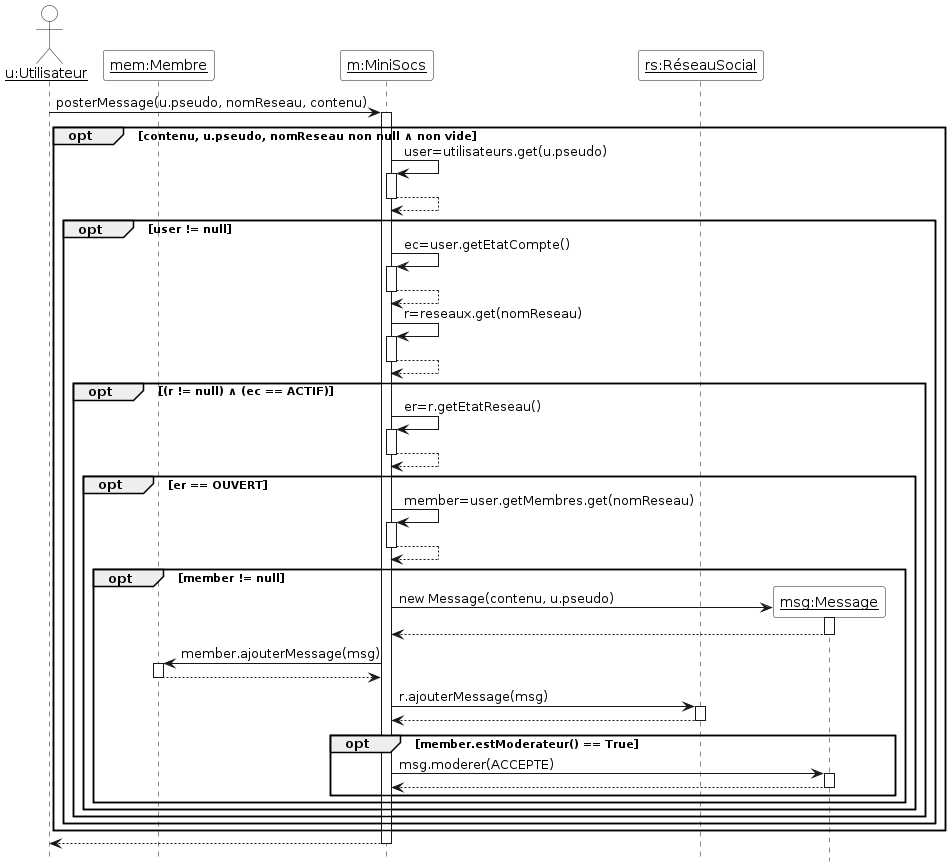
Above: Diagrammes/minisocs_uml_diag_seq_poster_message.png in ThELud0/Minisocs (PlantUML), before the change.
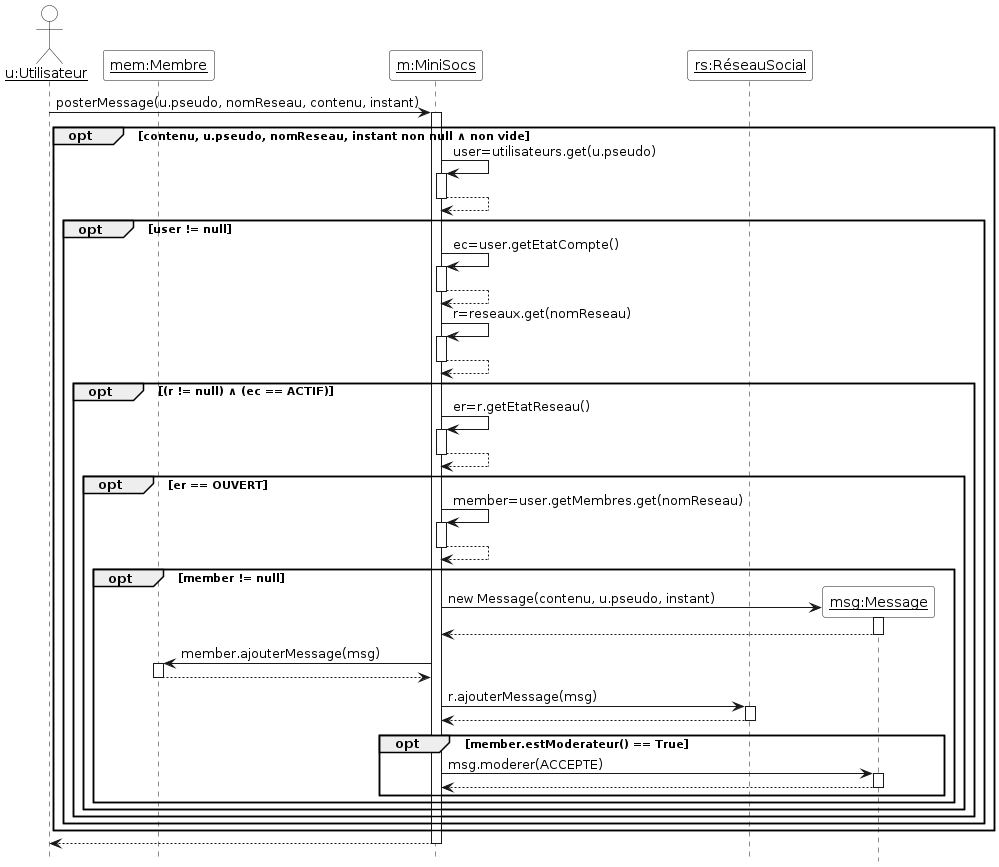
The same diagram one commit later.

Commit message:
minor bug et diagrammde de sequence poster message

What changed in the source:
```diff
@@ -12,8 +12,8 @@
 participant "__rs:RéseauSocial__" as rs
 
 
-u -> m ++ : posterMessage(u.pseudo, nomReseau, contenu)
-opt contenu, u.pseudo, nomReseau non null ∧ non vide
+u -> m ++ : posterMessage(u.pseudo, nomReseau, contenu, instant)
+opt contenu, u.pseudo, nomReseau, instant non null ∧ non vide
 m -> m ++ : user=utilisateurs.get(u.pseudo)
 return
 opt user != null
@@ -29,7 +29,7 @@
 return
 opt member != null
 create "__msg:Message__" as msg
-m -> msg ++ : new Message(contenu, u.pseudo)
+m -> msg ++ : new Message(contenu, u.pseudo, instant)
 return
 m -> mem ++ : member.ajouterMessage(msg)
 return
```
